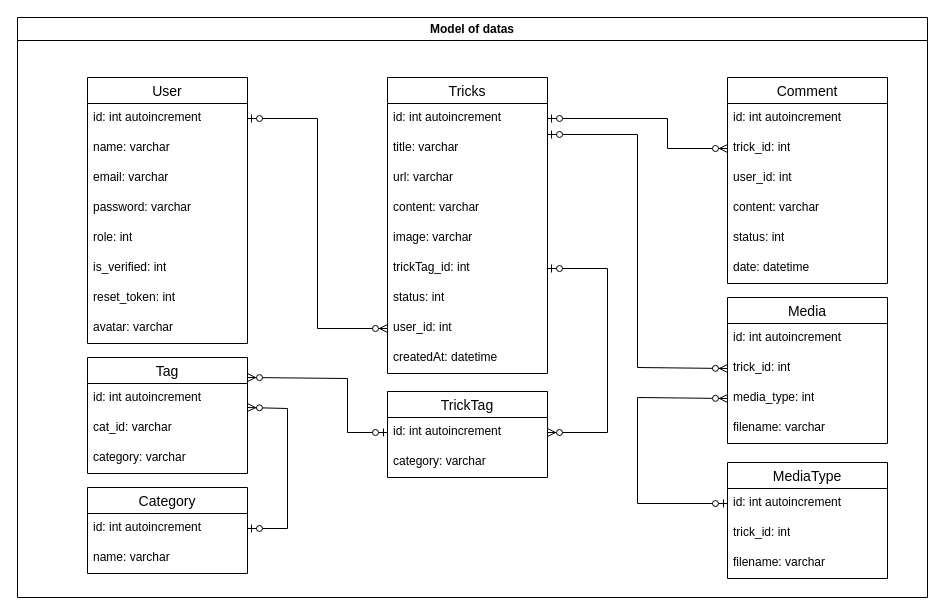
The draw.io diagram _docs/uml/oc6model.drawio in agence2dav/oc6, before the edit. Source tidied: cells renumbered, new cells numbered last; positions are measured from the earlier drawing's top-left corner, leaving out a move shared by most shapes. Both pictures are drawn from the tidied source at 100%, with x=0, y=0 at pixel (17, 17).
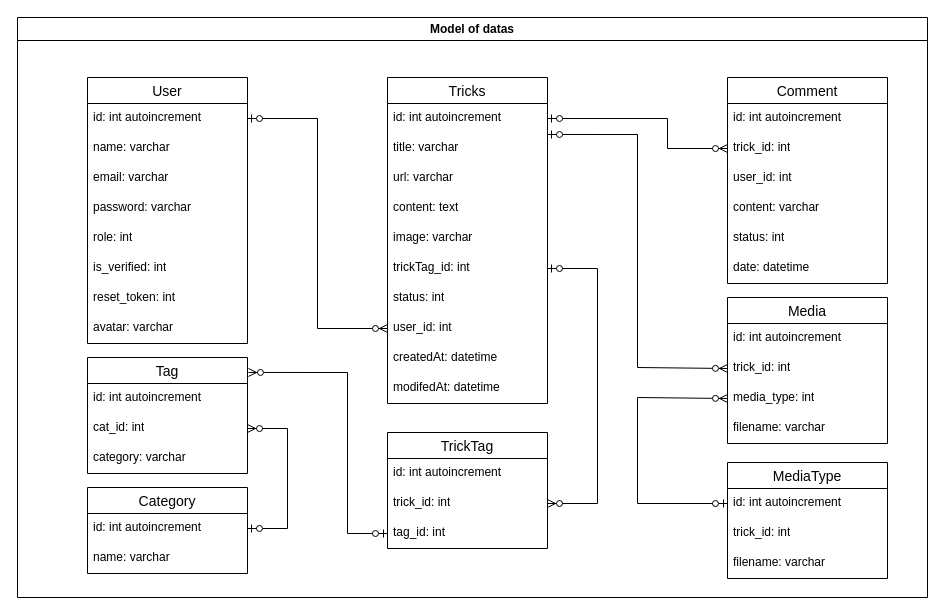
Above is the later version.

The change refers to these unchanged cells:
```xml
<mxCell id="20" value="Model of datas" style="swimlane;whiteSpace=wrap;html=1;" parent="1" vertex="1">
  <mxGeometry width="910" height="580" as="geometry" />
</mxCell>
<mxCell id="27" value="trickTag_id: int" style="text;strokeColor=none;fillColor=none;spacingLeft=4;spacingRight=4;overflow=hidden;points=[[0,0.5],[1,0.5]];portConstraint=eastwest;fontSize=12;whiteSpace=wrap;html=1;" parent="21" vertex="1">
  <mxGeometry y="176" width="160" height="30" as="geometry" />
</mxCell>
<mxCell id="31" value="Tag" style="swimlane;fontStyle=0;horizontal=1;startSize=26;align=center;fontSize=14;" parent="20" vertex="1">
  <mxGeometry x="70" y="340" width="160" height="116" as="geometry" />
</mxCell>
<mxCell id="36" value="&lt;div&gt;id: int autoincrement&lt;br&gt;&lt;/div&gt;" style="text;strokeColor=none;fillColor=none;spacingLeft=4;spacingRight=4;overflow=hidden;points=[[0,0.5],[1,0.5]];portConstraint=eastwest;fontSize=12;whiteSpace=wrap;html=1;" parent="35" vertex="1">
  <mxGeometry y="26" width="160" height="30" as="geometry" />
</mxCell>
<mxCell id="39" value="&lt;div&gt;id: int autoincrement&lt;br&gt;&lt;/div&gt;" style="text;strokeColor=none;fillColor=none;spacingLeft=4;spacingRight=4;overflow=hidden;points=[[0,0.5],[1,0.5]];portConstraint=eastwest;fontSize=12;whiteSpace=wrap;html=1;" parent="38" vertex="1">
  <mxGeometry y="26" width="160" height="30" as="geometry" />
</mxCell>
```

The edit, as a diff of the source:
```diff
@@
     <mxCell id="21" value="Tricks" style="swimlane;fontStyle=0;horizontal=1;startSize=26;align=center;fontSize=14;" parent="20" vertex="1">
-      <mxGeometry x="370" y="60" width="160" height="296" as="geometry" />
+      <mxGeometry x="370" y="60" width="160" height="326" as="geometry" />
     </mxCell>
@@
-    <mxCell id="25" value="content: varchar" style="text;strokeColor=none;fillColor=none;spacingLeft=4;spacingRight=4;overflow=hidden;fontSize=12;whiteSpace=wrap;html=1;" parent="21" vertex="1">
+    <mxCell id="25" value="content: text" style="text;strokeColor=none;fillColor=none;spacingLeft=4;spacingRight=4;overflow=hidden;fontSize=12;whiteSpace=wrap;html=1;" parent="21" vertex="1">
       <mxGeometry y="116" width="160" height="30" as="geometry" />
     </mxCell>
@@
+    <mxCell id="55" value="modifedAt: datetime" style="text;strokeColor=none;fillColor=none;spacingLeft=4;spacingRight=4;overflow=hidden;fontSize=12;whiteSpace=wrap;html=1;" parent="21" vertex="1">
+      <mxGeometry y="296" width="160" height="30" as="geometry" />
+    </mxCell>
@@
-    <mxCell id="33" value="cat_id: varchar" style="text;strokeColor=none;fillColor=none;spacingLeft=4;spacingRight=4;overflow=hidden;points=[[0,0.5],[1,0.5]];portConstraint=eastwest;fontSize=12;whiteSpace=wrap;html=1;" parent="31" vertex="1">
+    <mxCell id="33" value="cat_id: int" style="text;strokeColor=none;fillColor=none;spacingLeft=4;spacingRight=4;overflow=hidden;points=[[0,0.5],[1,0.5]];portConstraint=eastwest;fontSize=12;whiteSpace=wrap;html=1;" parent="31" vertex="1">
       <mxGeometry y="56" width="160" height="30" as="geometry" />
     </mxCell>
@@
     <mxCell id="38" value="TrickTag" style="swimlane;fontStyle=0;horizontal=1;startSize=26;align=center;fontSize=14;" parent="20" vertex="1">
-      <mxGeometry x="370" y="374" width="160" height="86" as="geometry" />
+      <mxGeometry x="370" y="415" width="160" height="116" as="geometry" />
     </mxCell>
@@
-    <mxCell id="40" value="category: varchar" style="text;strokeColor=none;fillColor=none;spacingLeft=4;spacingRight=4;overflow=hidden;points=[[0,0.5],[1,0.5]];portConstraint=eastwest;fontSize=12;whiteSpace=wrap;html=1;" parent="38" vertex="1">
+    <mxCell id="40" value="trick_id: int" style="text;strokeColor=none;fillColor=none;spacingLeft=4;spacingRight=4;overflow=hidden;points=[[0,0.5],[1,0.5]];portConstraint=eastwest;fontSize=12;whiteSpace=wrap;html=1;" parent="38" vertex="1">
       <mxGeometry y="56" width="160" height="30" as="geometry" />
     </mxCell>
+    <mxCell id="56" value="tag_id: int" style="text;strokeColor=none;fillColor=none;spacingLeft=4;spacingRight=4;overflow=hidden;points=[[0,0.5],[1,0.5]];portConstraint=eastwest;fontSize=12;whiteSpace=wrap;html=1;" parent="38" vertex="1">
+      <mxGeometry y="86" width="160" height="30" as="geometry" />
+    </mxCell>
@@
-    <mxCell id="46" style="edgeStyle=orthogonalEdgeStyle;fontSize=12;html=1;endArrow=ERzeroToMany;startArrow=ERzeroToOne;rounded=0;exitX=1;exitY=0.5;exitDx=0;exitDy=0;entryX=1;entryY=0.5;entryDx=0;entryDy=0;" parent="20" edge="1" source="27" target="39">
+    <mxCell id="46" style="edgeStyle=orthogonalEdgeStyle;fontSize=12;html=1;endArrow=ERzeroToMany;startArrow=ERzeroToOne;rounded=0;exitX=1;exitY=0.5;exitDx=0;exitDy=0;entryX=1;entryY=0.5;entryDx=0;entryDy=0;" parent="20" edge="1" source="27" target="40">
       <mxGeometry relative="1" as="geometry">
         <Array as="points">
-          <mxPoint x="590" y="251" />
-          <mxPoint x="590" y="415" />
+          <mxPoint x="580" y="251" />
+          <mxPoint x="580" y="486" />
         </Array>
       </mxGeometry>
     </mxCell>
-    <mxCell id="47" style="edgeStyle=orthogonalEdgeStyle;fontSize=12;html=1;endArrow=ERzeroToMany;startArrow=ERzeroToOne;rounded=0;exitX=0;exitY=0.5;exitDx=0;exitDy=0;" parent="20" edge="1" source="39">
+    <mxCell id="47" style="edgeStyle=orthogonalEdgeStyle;fontSize=12;html=1;endArrow=ERzeroToMany;startArrow=ERzeroToOne;rounded=0;exitX=0;exitY=0.5;exitDx=0;exitDy=0;entryX=1.006;entryY=0.129;entryDx=0;entryDy=0;entryPerimeter=0;" parent="20" edge="1" source="56" target="31">
       <mxGeometry relative="1" as="geometry">
-        <mxPoint x="230" y="360" as="targetPoint" />
         <Array as="points">
-          <mxPoint x="330" y="415" />
-          <mxPoint x="330" y="361" />
+          <mxPoint x="330" y="516" />
+          <mxPoint x="330" y="355" />
         </Array>
       </mxGeometry>
     </mxCell>
-    <mxCell id="48" style="edgeStyle=orthogonalEdgeStyle;fontSize=12;html=1;endArrow=ERzeroToMany;startArrow=ERzeroToOne;rounded=0;exitX=1;exitY=0.5;exitDx=0;exitDy=0;" parent="20" edge="1" source="36">
+    <mxCell id="48" style="edgeStyle=orthogonalEdgeStyle;fontSize=12;html=1;endArrow=ERzeroToMany;startArrow=ERzeroToOne;rounded=0;exitX=1;exitY=0.5;exitDx=0;exitDy=0;entryX=1;entryY=0.5;entryDx=0;entryDy=0;" parent="20" edge="1" source="36" target="33">
       <mxGeometry relative="1" as="geometry">
-        <mxPoint x="230" y="390" as="targetPoint" />
         <Array as="points">
           <mxPoint x="270" y="511" />
-          <mxPoint x="270" y="391" />
+          <mxPoint x="270" y="411" />
         </Array>
       </mxGeometry>
     </mxCell>
```
